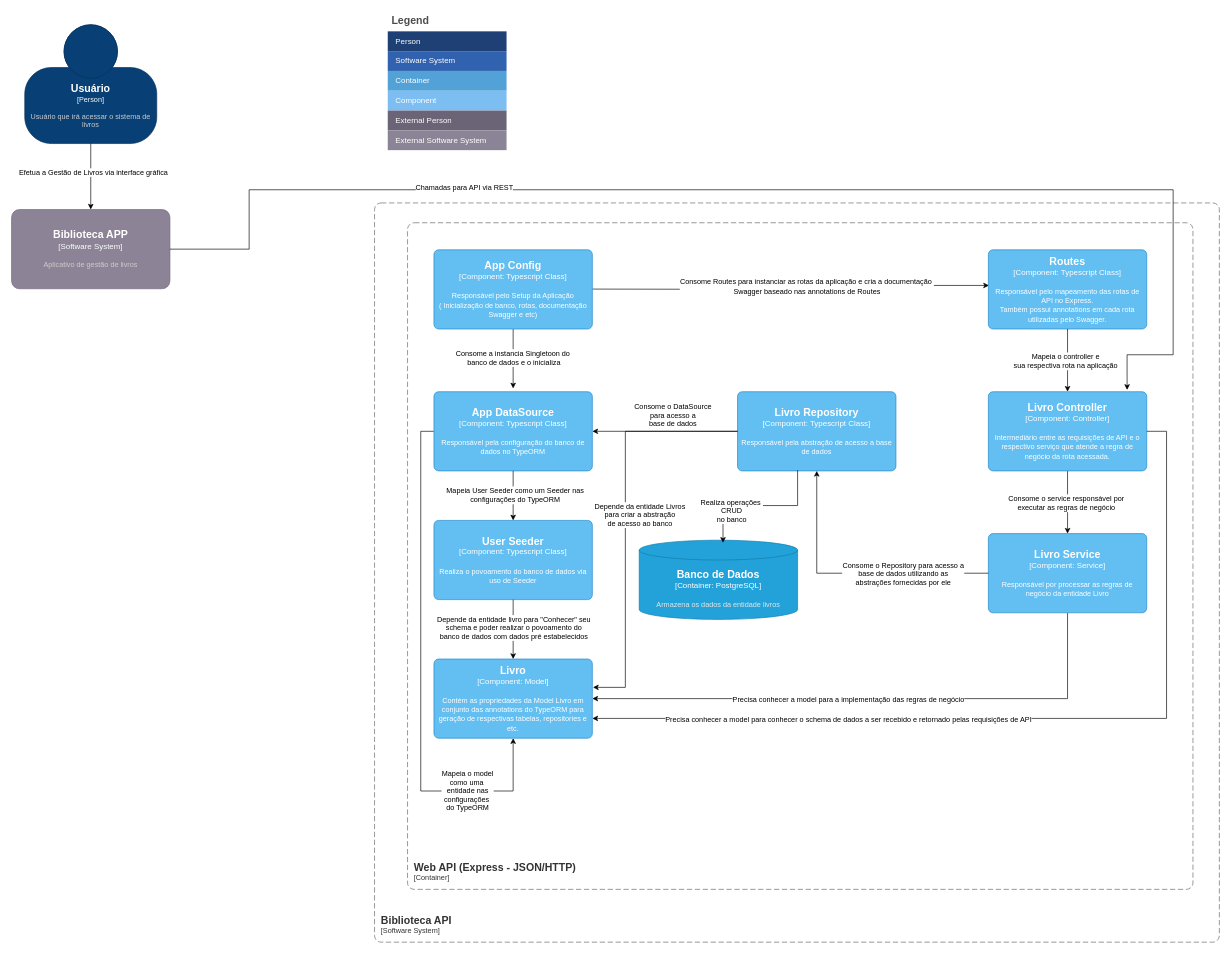
This is page "03 - Componente" (3 of 3) of docs/Diagrama C4.drawio from GladsonBruno/API_LIVROS_POS_XP_EDUCACAO, a draw.io file, before an edit. Source tidied: cells renumbered, new cells numbered last; positions are measured from the earlier drawing's top-left corner, leaving out a move shared by most shapes. Both pictures are drawn from the tidied source at 66%, with x=0, y=0 at pixel (11, 11).
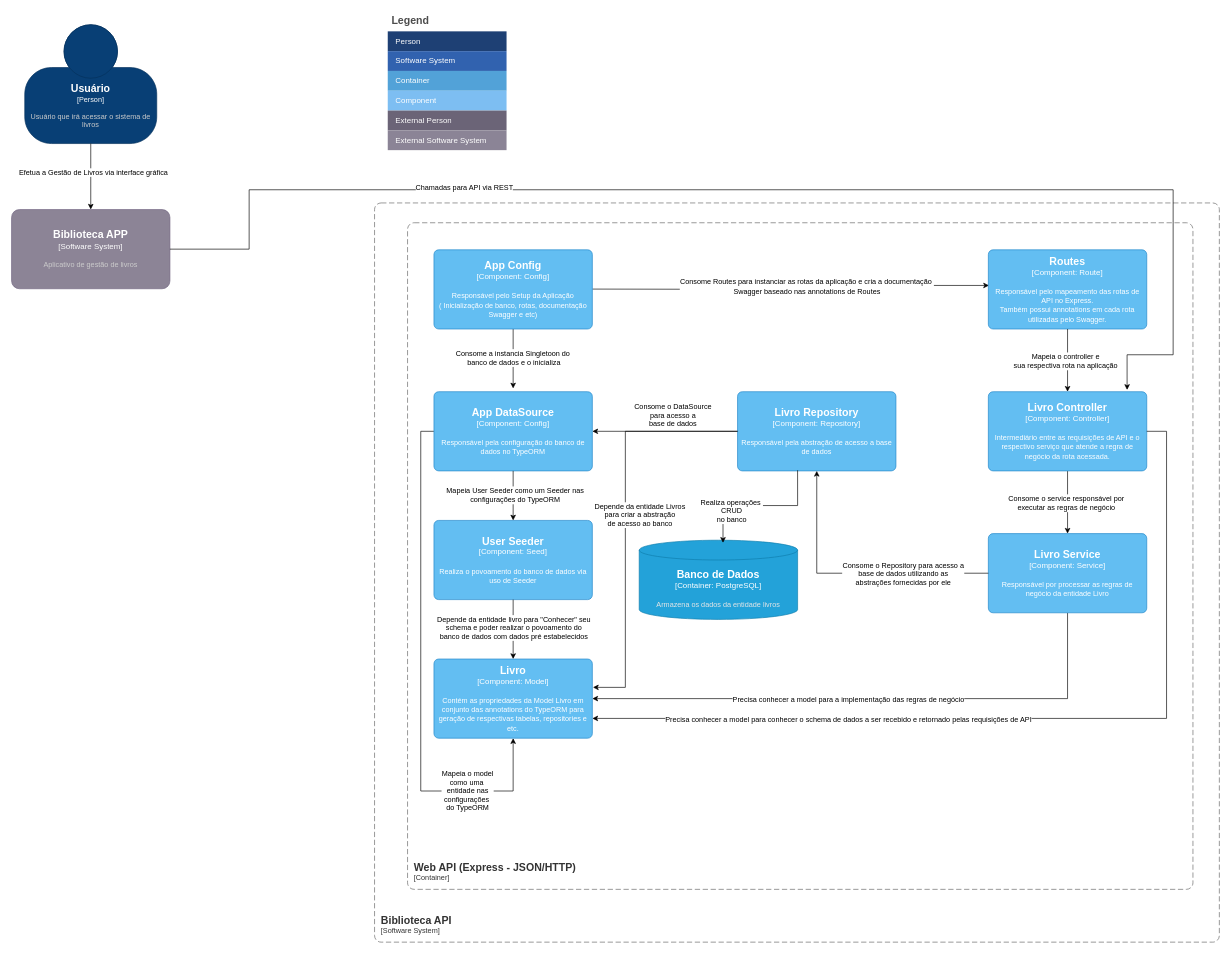
After the change.

Commit message (it also covers changes not shown here):
Atualizacao diagrama de componente

The edit, as a diff of the source:
```diff
@@
-    <object id="26" label="&lt;font style=&quot;font-size: 16px&quot;&gt;&lt;b&gt;%c4Name%&lt;/b&gt;&lt;/font&gt;&lt;div&gt;[%c4Type%: %c4Technology%]&lt;/div&gt;&lt;br&gt;&lt;div&gt;&lt;font style=&quot;font-size: 11px&quot;&gt;%c4Description%&lt;/font&gt;&lt;/div&gt;" c4Description="Responsável pelo Setup da Aplicação&#10;( Inicialização de banco, rotas, documentação Swagger e etc)" c4Name="App Config" c4Technology="Typescript Class" c4Type="Component" placeholders="1">
+    <object id="26" label="&lt;font style=&quot;font-size: 16px&quot;&gt;&lt;b&gt;%c4Name%&lt;/b&gt;&lt;/font&gt;&lt;div&gt;[%c4Type%: %c4Technology%]&lt;/div&gt;&lt;br&gt;&lt;div&gt;&lt;font style=&quot;font-size: 11px&quot;&gt;%c4Description%&lt;/font&gt;&lt;/div&gt;" c4Description="Responsável pelo Setup da Aplicação&#10;( Inicialização de banco, rotas, documentação Swagger e etc)" c4Name="App Config" c4Technology="Config" c4Type="Component" placeholders="1">
       <mxCell style="rounded=1;whiteSpace=wrap;html=1;labelBackgroundColor=none;fillColor=#63BEF2;fontColor=#ffffff;align=center;arcSize=6;strokeColor=#2086C9;points=[[0.25,0,0],[0.5,0,0],[0.75,0,0],[1,0.25,0],[1,0.5,0],[1,0.75,0],[0.75,1,0],[0.5,1,0],[0.25,1,0],[0,0.75,0],[0,0.5,0],[0,0.25,0]];" parent="1" vertex="1">
         <mxGeometry x="640" y="361" width="240" height="120" as="geometry" />
       </mxCell>
     </object>
@@
-    <object id="29" label="&lt;font style=&quot;font-size: 16px&quot;&gt;&lt;b&gt;%c4Name%&lt;/b&gt;&lt;/font&gt;&lt;div&gt;[%c4Type%: %c4Technology%]&lt;/div&gt;&lt;br&gt;&lt;div&gt;&lt;font style=&quot;font-size: 11px&quot;&gt;%c4Description%&lt;/font&gt;&lt;/div&gt;" c4Description="Responsável pela configuração do banco de dados no TypeORM" c4Name="App DataSource" c4Technology="Typescript Class" c4Type="Component" placeholders="1">
+    <object id="29" label="&lt;font style=&quot;font-size: 16px&quot;&gt;&lt;b&gt;%c4Name%&lt;/b&gt;&lt;/font&gt;&lt;div&gt;[%c4Type%: %c4Technology%]&lt;/div&gt;&lt;br&gt;&lt;div&gt;&lt;font style=&quot;font-size: 11px&quot;&gt;%c4Description%&lt;/font&gt;&lt;/div&gt;" c4Description="Responsável pela configuração do banco de dados no TypeORM" c4Name="App DataSource" c4Technology="Config" c4Type="Component" placeholders="1">
       <mxCell style="rounded=1;whiteSpace=wrap;html=1;labelBackgroundColor=none;fillColor=#63BEF2;fontColor=#ffffff;align=center;arcSize=6;strokeColor=#2086C9;points=[[0.25,0,0],[0.5,0,0],[0.75,0,0],[1,0.25,0],[1,0.5,0],[1,0.75,0],[0.75,1,0],[0.5,1,0],[0.25,1,0],[0,0.75,0],[0,0.5,0],[0,0.25,0]];" parent="1" vertex="1">
         <mxGeometry x="640" y="576" width="240" height="120" as="geometry" />
       </mxCell>
     </object>
-    <object id="30" label="&lt;font style=&quot;font-size: 16px&quot;&gt;&lt;b&gt;%c4Name%&lt;/b&gt;&lt;/font&gt;&lt;div&gt;[%c4Type%: %c4Technology%]&lt;/div&gt;&lt;br&gt;&lt;div&gt;&lt;font style=&quot;font-size: 11px&quot;&gt;%c4Description%&lt;/font&gt;&lt;/div&gt;" c4Description="Realiza o povoamento do banco de dados via uso de Seeder" c4Name="User Seeder" c4Technology="Typescript Class" c4Type="Component" placeholders="1">
+    <object id="30" label="&lt;font style=&quot;font-size: 16px&quot;&gt;&lt;b&gt;%c4Name%&lt;/b&gt;&lt;/font&gt;&lt;div&gt;[%c4Type%: %c4Technology%]&lt;/div&gt;&lt;br&gt;&lt;div&gt;&lt;font style=&quot;font-size: 11px&quot;&gt;%c4Description%&lt;/font&gt;&lt;/div&gt;" c4Description="Realiza o povoamento do banco de dados via uso de Seeder" c4Name="User Seeder" c4Technology="Seed" c4Type="Component" placeholders="1">
       <mxCell style="rounded=1;whiteSpace=wrap;html=1;labelBackgroundColor=none;fillColor=#63BEF2;fontColor=#ffffff;align=center;arcSize=6;strokeColor=#2086C9;points=[[0.25,0,0],[0.5,0,0],[0.75,0,0],[1,0.25,0],[1,0.5,0],[1,0.75,0],[0.75,1,0],[0.5,1,0],[0.25,1,0],[0,0.75,0],[0,0.5,0],[0,0.25,0]];" parent="1" vertex="1">
         <mxGeometry x="640" y="771" width="240" height="120" as="geometry" />
       </mxCell>
     </object>
@@
-    <object id="33" label="&lt;font style=&quot;font-size: 16px&quot;&gt;&lt;b&gt;%c4Name%&lt;/b&gt;&lt;/font&gt;&lt;div&gt;[%c4Type%: %c4Technology%]&lt;/div&gt;&lt;br&gt;&lt;div&gt;&lt;font style=&quot;font-size: 11px&quot;&gt;%c4Description%&lt;/font&gt;&lt;/div&gt;" c4Description="Responsável pelo mapeamento das rotas de API no Express.&#10;Também possui annotations em cada rota utilizadas pelo Swagger." c4Name="Routes" c4Technology="Typescript Class" c4Type="Component" placeholders="1">
+    <object id="33" label="&lt;font style=&quot;font-size: 16px&quot;&gt;&lt;b&gt;%c4Name%&lt;/b&gt;&lt;/font&gt;&lt;div&gt;[%c4Type%: %c4Technology%]&lt;/div&gt;&lt;br&gt;&lt;div&gt;&lt;font style=&quot;font-size: 11px&quot;&gt;%c4Description%&lt;/font&gt;&lt;/div&gt;" c4Description="Responsável pelo mapeamento das rotas de API no Express.&#10;Também possui annotations em cada rota utilizadas pelo Swagger." c4Name="Routes" c4Technology="Route" c4Type="Component" placeholders="1">
       <mxCell style="rounded=1;whiteSpace=wrap;html=1;labelBackgroundColor=none;fillColor=#63BEF2;fontColor=#ffffff;align=center;arcSize=6;strokeColor=#2086C9;points=[[0.25,0,0],[0.5,0,0],[0.75,0,0],[1,0.25,0],[1,0.5,0],[1,0.75,0],[0.75,1,0],[0.5,1,0],[0.25,1,0],[0,0.75,0],[0,0.5,0],[0,0.25,0]];" parent="1" vertex="1">
         <mxGeometry x="1480" y="361" width="240" height="120" as="geometry" />
       </mxCell>
     </object>
@@
-    <object id="42" label="&lt;font style=&quot;font-size: 16px&quot;&gt;&lt;b&gt;%c4Name%&lt;/b&gt;&lt;/font&gt;&lt;div&gt;[%c4Type%: %c4Technology%]&lt;/div&gt;&lt;br&gt;&lt;div&gt;&lt;font style=&quot;font-size: 11px&quot;&gt;%c4Description%&lt;/font&gt;&lt;/div&gt;" c4Description="Responsável pela abstração de acesso a base de dados" c4Name="Livro Repository" c4Technology="Typescript Class" c4Type="Component" placeholders="1">
+    <object id="42" label="&lt;font style=&quot;font-size: 16px&quot;&gt;&lt;b&gt;%c4Name%&lt;/b&gt;&lt;/font&gt;&lt;div&gt;[%c4Type%: %c4Technology%]&lt;/div&gt;&lt;br&gt;&lt;div&gt;&lt;font style=&quot;font-size: 11px&quot;&gt;%c4Description%&lt;/font&gt;&lt;/div&gt;" c4Description="Responsável pela abstração de acesso a base de dados" c4Name="Livro Repository" c4Technology="Repository" c4Type="Component" placeholders="1">
       <mxCell style="rounded=1;whiteSpace=wrap;html=1;labelBackgroundColor=none;fillColor=#63BEF2;fontColor=#ffffff;align=center;arcSize=6;strokeColor=#2086C9;points=[[0.25,0,0],[0.5,0,0],[0.75,0,0],[1,0.25,0],[1,0.5,0],[1,0.75,0],[0.75,1,0],[0.5,1,0],[0.25,1,0],[0,0.75,0],[0,0.5,0],[0,0.25,0]];" parent="1" vertex="1">
         <mxGeometry x="1100" y="576" width="240" height="120" as="geometry" />
       </mxCell>
     </object>
```
